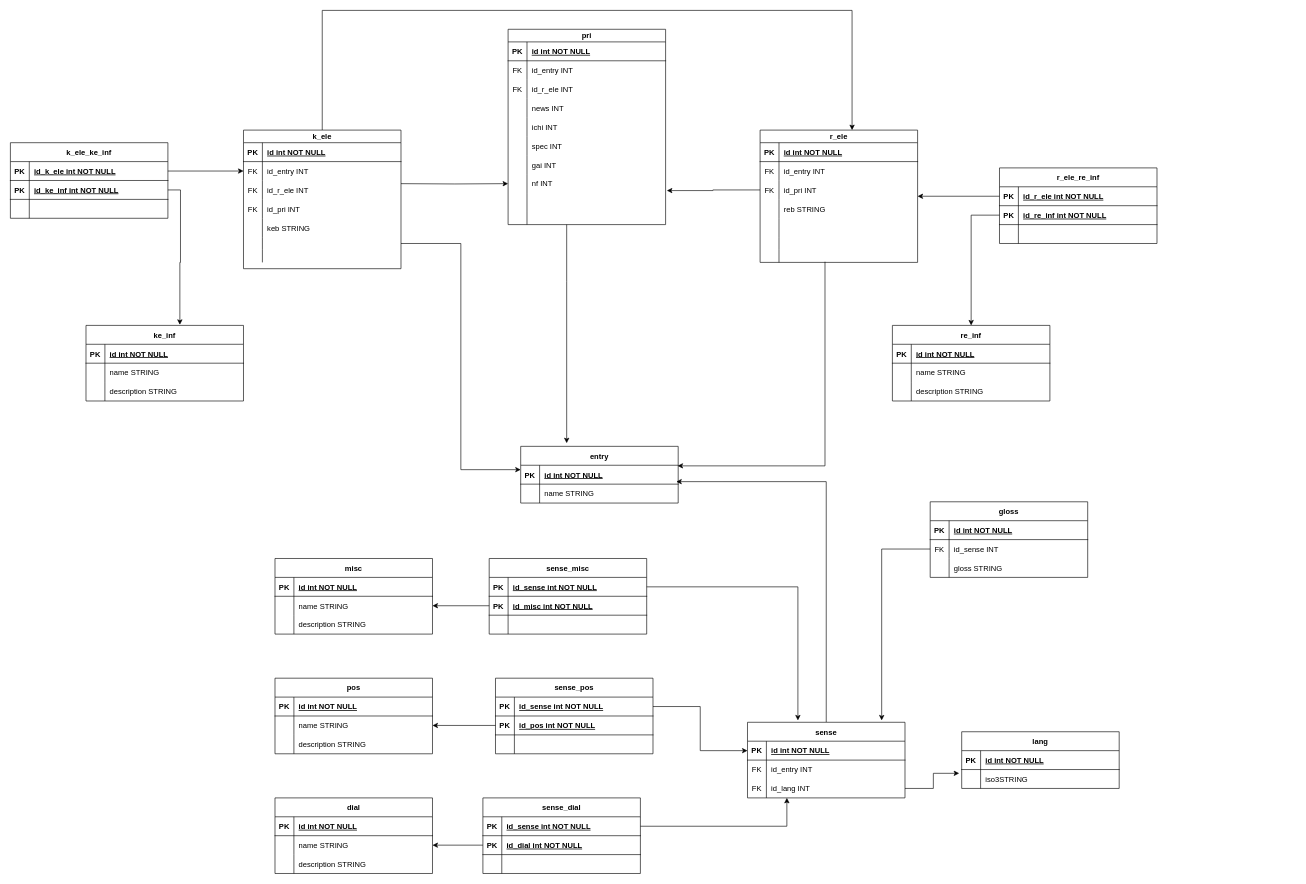
Above: doc/ER_expression.drawio in odrevet/edict_database (draw.io), before the change. Source tidied: cells renumbered, new cells numbered last; positions are measured from the earlier drawing's top-left corner, leaving out a move shared by most shapes. Both pictures are drawn from the tidied source at 63%, with x=0, y=0 at pixel (10, 10).
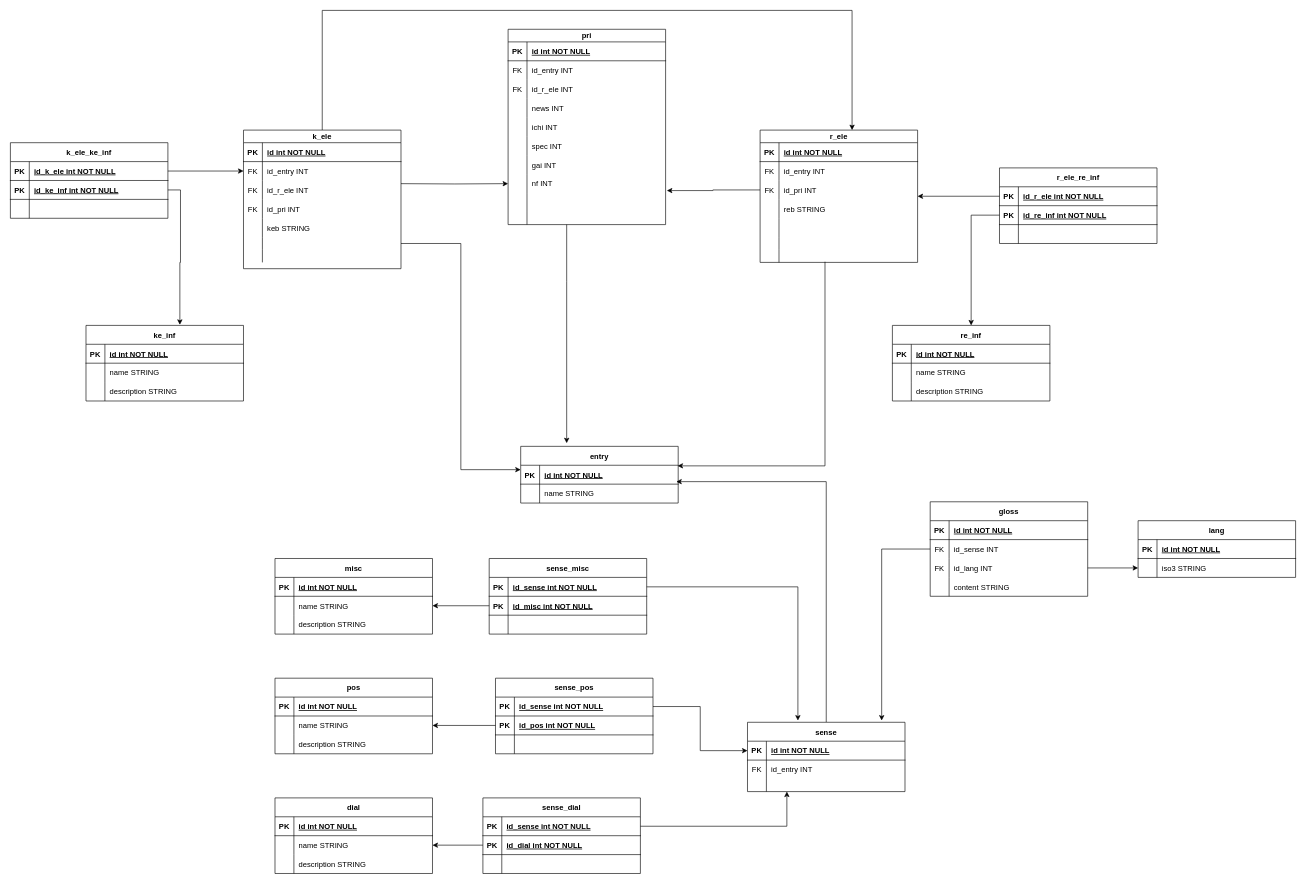
Above is the later version.

The change refers to these unchanged cells:
```xml
<mxCell id="26" style="shape=partialRectangle;fillColor=none;points=[[0,0.5],[1,0.5]];portConstraint=eastwest;top=0;left=0;right=0;bottom=0;" parent="19" vertex="1">
  <mxGeometry y="90" width="250" height="30" as="geometry" />
</mxCell>
<mxCell id="76" style="shape=partialRectangle;fillColor=none;points=[[0,0.5],[1,0.5]];portConstraint=eastwest;top=0;left=0;right=0;bottom=0;" parent="72" vertex="1">
  <mxGeometry y="60" width="250" height="30" as="geometry" />
</mxCell>
```

The edit, as a diff of the source:
```diff
@@
     <mxCell id="19" value="gloss" style="shape=table;startSize=30;childLayout=tableLayout;rowLines=0;fontStyle=1;align=center;" parent="1" vertex="1">
-      <mxGeometry x="1460" y="780" width="250" height="120" as="geometry" />
+      <mxGeometry x="1460" y="780" width="250" height="150" as="geometry" />
     </mxCell>
@@
-    <mxCell id="27" style="shape=partialRectangle;overflow=hidden;fillColor=none;top=0;left=0;bottom=0;right=0;" parent="26" vertex="1">
+    <mxCell id="27" value="FK" style="shape=partialRectangle;overflow=hidden;fillColor=none;top=0;left=0;bottom=0;right=0;" parent="26" vertex="1">
       <mxGeometry width="30" height="30" as="geometry" />
     </mxCell>
-    <mxCell id="28" value="gloss STRING" style="shape=partialRectangle;overflow=hidden;fillColor=none;top=0;left=0;bottom=0;right=0;align=left;spacingLeft=6;" parent="26" vertex="1">
+    <mxCell id="28" value="id_lang INT" style="shape=partialRectangle;overflow=hidden;fillColor=none;top=0;left=0;bottom=0;right=0;align=left;spacingLeft=6;" parent="26" vertex="1">
       <mxGeometry x="30" width="220" height="30" as="geometry" />
     </mxCell>
+    <mxCell id="230" style="shape=partialRectangle;fillColor=none;top=0;left=0;right=0;bottom=0;" parent="19" vertex="1">
+      <mxGeometry y="120" width="250" height="30" as="geometry" />
+    </mxCell>
+    <mxCell id="231" style="shape=partialRectangle;overflow=hidden;fillColor=none;top=0;left=0;bottom=0;right=0;" parent="230" vertex="1">
+      <mxGeometry width="30" height="30" as="geometry" />
+    </mxCell>
+    <mxCell id="232" value="content STRING" style="shape=partialRectangle;overflow=hidden;fillColor=none;top=0;left=0;bottom=0;right=0;align=left;spacingLeft=6;" parent="230" vertex="1">
+      <mxGeometry x="30" width="220" height="30" as="geometry" />
+    </mxCell>
@@
     <mxCell id="72" value="lang" style="shape=table;startSize=30;childLayout=tableLayout;rowLines=0;fontStyle=1;align=center;" parent="1" vertex="1">
-      <mxGeometry x="1510" y="1145" width="250" height="90" as="geometry" />
+      <mxGeometry x="1790" y="810" width="250" height="90" as="geometry" />
     </mxCell>
@@
-    <mxCell id="78" value="iso3STRING" style="shape=partialRectangle;overflow=hidden;fillColor=none;top=0;left=0;bottom=0;right=0;align=left;spacingLeft=6;" parent="76" vertex="1">
+    <mxCell id="78" value="iso3 STRING" style="shape=partialRectangle;overflow=hidden;fillColor=none;top=0;left=0;bottom=0;right=0;align=left;spacingLeft=6;" parent="76" vertex="1">
       <mxGeometry x="30" width="220" height="30" as="geometry" />
     </mxCell>
@@
     <mxCell id="174" value="sense" style="shape=table;startSize=30;childLayout=tableLayout;rowLines=0;fontStyle=1;align=center;" parent="1" vertex="1">
-      <mxGeometry x="1170" y="1130" width="250" height="120" as="geometry" />
+      <mxGeometry x="1170" y="1130" width="250" height="110" as="geometry" />
     </mxCell>
@@
     <mxCell id="181" style="shape=partialRectangle;fillColor=none;points=[[0,0.5],[1,0.5]];portConstraint=eastwest;top=0;left=0;right=0;bottom=0;" parent="174" vertex="1">
-      <mxGeometry y="90" width="250" height="30" as="geometry" />
+      <mxGeometry y="90" width="250" height="20" as="geometry" />
     </mxCell>
-    <mxCell id="182" value="FK" style="shape=partialRectangle;overflow=hidden;fillColor=none;top=0;left=0;bottom=0;right=0;" parent="181" vertex="1">
-      <mxGeometry width="30" height="30" as="geometry" />
+    <mxCell id="182" style="shape=partialRectangle;overflow=hidden;fillColor=none;top=0;left=0;bottom=0;right=0;" parent="181" vertex="1">
+      <mxGeometry width="30" height="20" as="geometry" />
     </mxCell>
-    <mxCell id="183" value="id_lang INT" style="shape=partialRectangle;overflow=hidden;fillColor=none;top=0;left=0;bottom=0;right=0;align=left;spacingLeft=6;" parent="181" vertex="1">
-      <mxGeometry x="30" width="220" height="30" as="geometry" />
+    <mxCell id="183" style="shape=partialRectangle;overflow=hidden;fillColor=none;top=0;left=0;bottom=0;right=0;align=left;spacingLeft=6;" parent="181" vertex="1">
+      <mxGeometry x="30" width="220" height="20" as="geometry" />
     </mxCell>
@@
-    <mxCell id="227" style="edgeStyle=orthogonalEdgeStyle;rounded=0;jettySize=auto;html=1;entryX=-0.016;entryY=0.2;entryDx=0;entryDy=0;entryPerimeter=0;" parent="1" edge="1" source="181" target="76">
-      <mxGeometry relative="1" as="geometry" />
-    </mxCell>
@@
+    <mxCell id="233" style="edgeStyle=orthogonalEdgeStyle;rounded=0;jettySize=auto;html=1;entryX=0;entryY=0.5;entryDx=0;entryDy=0;" parent="1" edge="1" source="26" target="76">
+      <mxGeometry relative="1" as="geometry" />
+    </mxCell>
```
